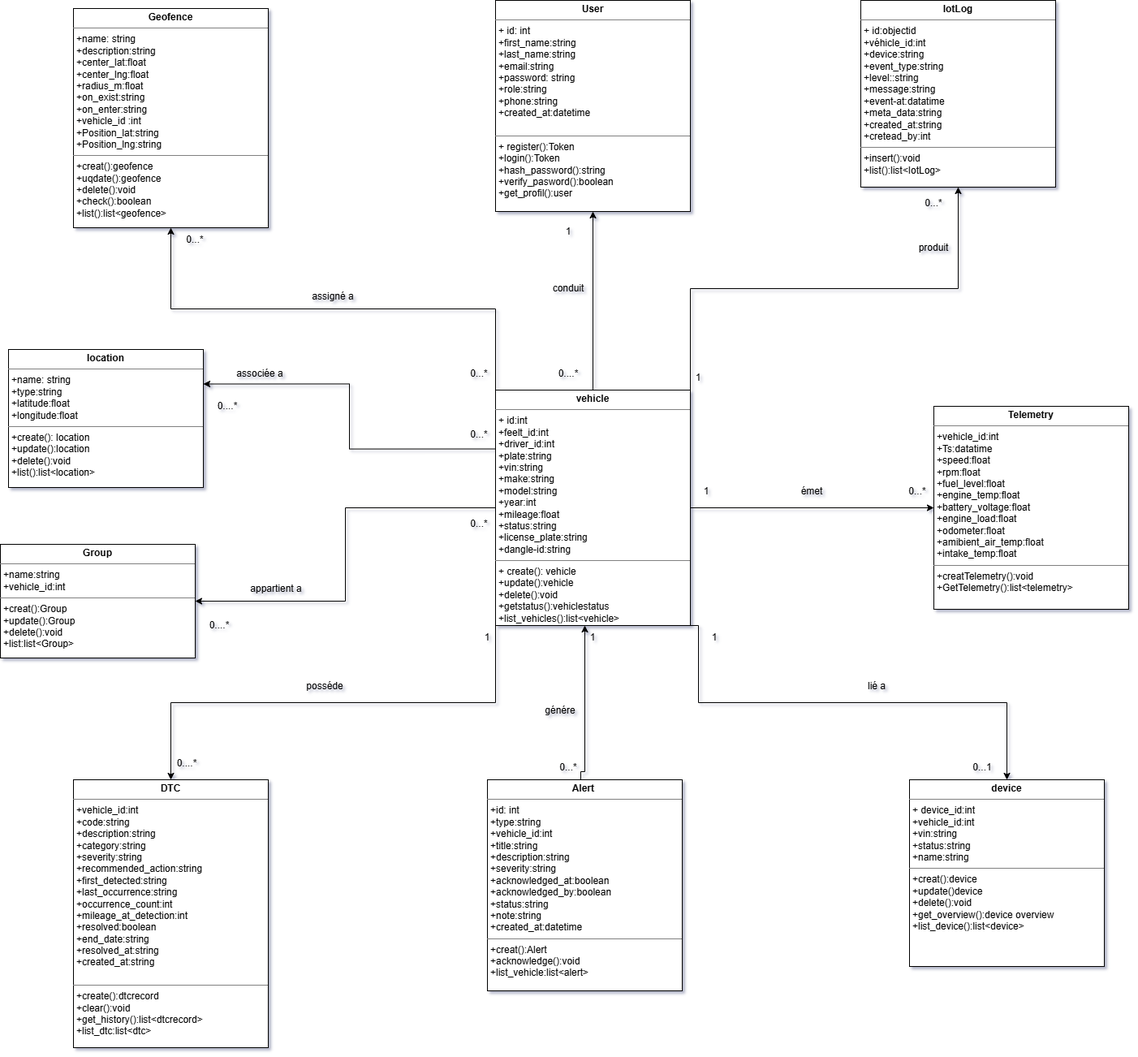
imenmallouli/deploy keeps this draw.io diagram as image/Diagramme classe.drawio.png. Above is the earlier version. Source tidied: cells renumbered, new cells last; positions are measured from the earlier drawing's top-left corner, leaving out a move shared by most shapes.
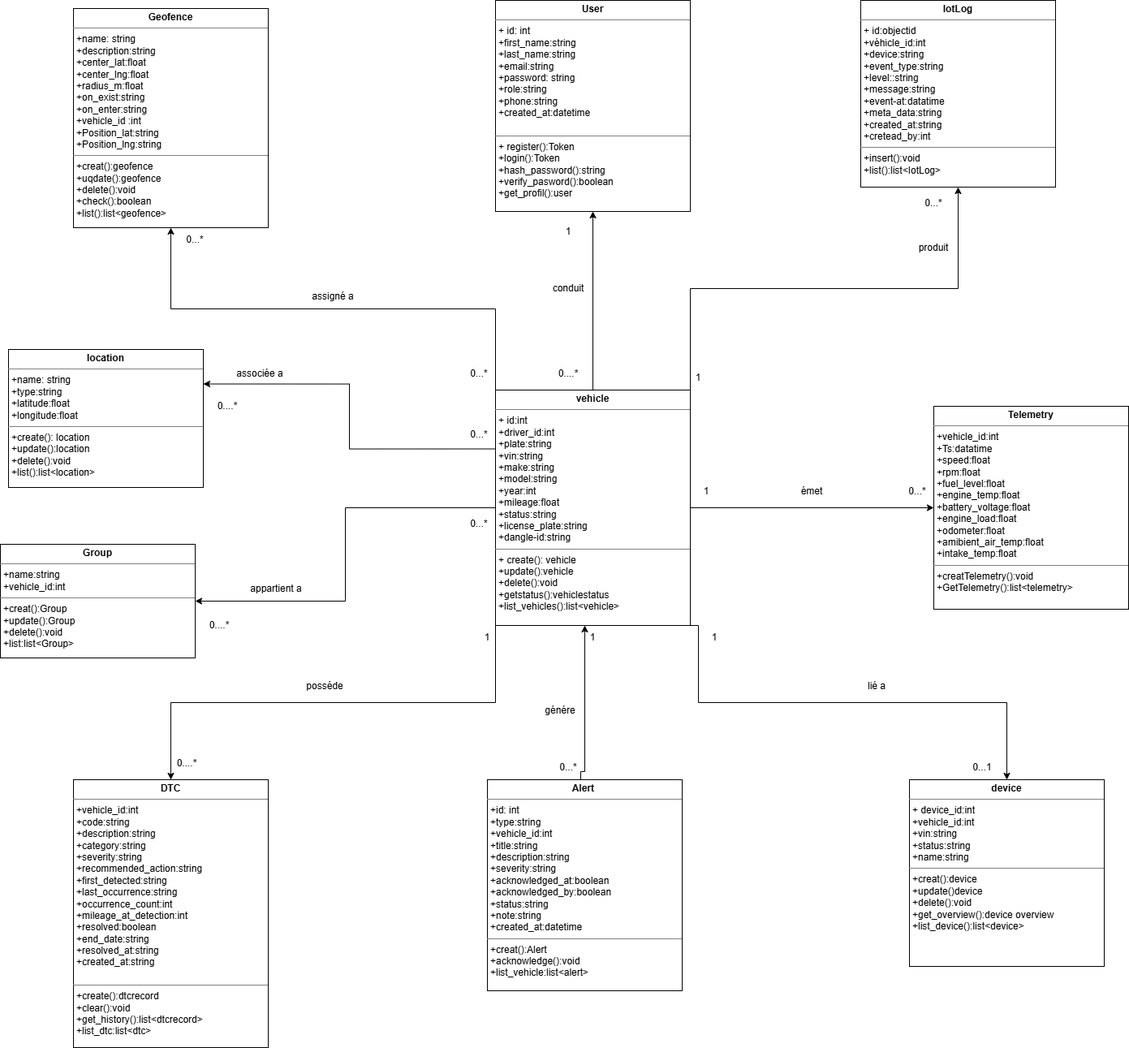
After the commit.

The edit, as a diff of the source:
```diff
@@ -39,7 +39,7 @@
     <mxCell id="10" style="edgeStyle=orthogonalEdgeStyle;rounded=0;jettySize=auto;html=1;exitX=0;exitY=1;exitDx=0;exitDy=0;entryX=0.5;entryY=0;entryDx=0;entryDy=0;" parent="1" edge="1" source="11" target="15">
       <mxGeometry relative="1" as="geometry" />
     </mxCell>
-    <mxCell id="11" value="&lt;p style=&quot;margin:0px;margin-top:4px;text-align:center;&quot;&gt;&lt;b&gt;vehicle&lt;/b&gt;&lt;/p&gt;&lt;hr size=&quot;1&quot; style=&quot;border-style:solid;&quot;&gt;&lt;p style=&quot;margin:0px;margin-left:4px;&quot;&gt;+ id:int&lt;/p&gt;&lt;p style=&quot;margin:0px;margin-left:4px;&quot;&gt;+feelt_id:int&lt;/p&gt;&lt;p style=&quot;margin:0px;margin-left:4px;&quot;&gt;+driver_id:int&lt;/p&gt;&lt;p style=&quot;margin:0px;margin-left:4px;&quot;&gt;+plate:string&lt;/p&gt;&lt;p style=&quot;margin:0px;margin-left:4px;&quot;&gt;+vin:string&lt;/p&gt;&lt;p style=&quot;margin:0px;margin-left:4px;&quot;&gt;+make:string&lt;/p&gt;&lt;p style=&quot;margin:0px;margin-left:4px;&quot;&gt;+model:string&lt;/p&gt;&lt;p style=&quot;margin:0px;margin-left:4px;&quot;&gt;+year:int&lt;/p&gt;&lt;p style=&quot;margin:0px;margin-left:4px;&quot;&gt;+mileage:float&lt;/p&gt;&lt;p style=&quot;margin:0px;margin-left:4px;&quot;&gt;+status:string&lt;/p&gt;&lt;p style=&quot;margin:0px;margin-left:4px;&quot;&gt;+license_plate:string&lt;/p&gt;&lt;p style=&quot;margin:0px;margin-left:4px;&quot;&gt;+dangle-id:string&lt;/p&gt;&lt;hr size=&quot;1&quot; style=&quot;border-style:solid;&quot;&gt;&lt;p style=&quot;margin:0px;margin-left:4px;&quot;&gt;+ create(): vehicle&lt;/p&gt;&lt;p style=&quot;margin:0px;margin-left:4px;&quot;&gt;+update():vehicle&lt;/p&gt;&lt;p style=&quot;margin:0px;margin-left:4px;&quot;&gt;+delete():void&lt;/p&gt;&lt;p style=&quot;margin:0px;margin-left:4px;&quot;&gt;+getstatus():vehiclestatus&lt;/p&gt;&lt;p style=&quot;margin:0px;margin-left:4px;&quot;&gt;+list_vehicles():list&amp;lt;vehicle&amp;gt;&lt;/p&gt;" style="verticalAlign=top;align=left;overflow=fill;html=1;whiteSpace=wrap;" parent="1" vertex="1">
+    <mxCell id="11" value="&lt;p style=&quot;margin:0px;margin-top:4px;text-align:center;&quot;&gt;&lt;b&gt;vehicle&lt;/b&gt;&lt;/p&gt;&lt;hr size=&quot;1&quot; style=&quot;border-style:solid;&quot;&gt;&lt;p style=&quot;margin:0px;margin-left:4px;&quot;&gt;+ id:int&lt;/p&gt;&lt;p style=&quot;margin:0px;margin-left:4px;&quot;&gt;+driver_id:int&lt;/p&gt;&lt;p style=&quot;margin:0px;margin-left:4px;&quot;&gt;+plate:string&lt;/p&gt;&lt;p style=&quot;margin:0px;margin-left:4px;&quot;&gt;+vin:string&lt;/p&gt;&lt;p style=&quot;margin:0px;margin-left:4px;&quot;&gt;+make:string&lt;/p&gt;&lt;p style=&quot;margin:0px;margin-left:4px;&quot;&gt;+model:string&lt;/p&gt;&lt;p style=&quot;margin:0px;margin-left:4px;&quot;&gt;+year:int&lt;/p&gt;&lt;p style=&quot;margin:0px;margin-left:4px;&quot;&gt;+mileage:float&lt;/p&gt;&lt;p style=&quot;margin:0px;margin-left:4px;&quot;&gt;+status:string&lt;/p&gt;&lt;p style=&quot;margin:0px;margin-left:4px;&quot;&gt;+license_plate:string&lt;/p&gt;&lt;p style=&quot;margin:0px;margin-left:4px;&quot;&gt;+dangle-id:string&lt;/p&gt;&lt;hr size=&quot;1&quot; style=&quot;border-style:solid;&quot;&gt;&lt;p style=&quot;margin:0px;margin-left:4px;&quot;&gt;+ create(): vehicle&lt;/p&gt;&lt;p style=&quot;margin:0px;margin-left:4px;&quot;&gt;+update():vehicle&lt;/p&gt;&lt;p style=&quot;margin:0px;margin-left:4px;&quot;&gt;+delete():void&lt;/p&gt;&lt;p style=&quot;margin:0px;margin-left:4px;&quot;&gt;+getstatus():vehiclestatus&lt;/p&gt;&lt;p style=&quot;margin:0px;margin-left:4px;&quot;&gt;+list_vehicles():list&amp;lt;vehicle&amp;gt;&lt;/p&gt;" style="verticalAlign=top;align=left;overflow=fill;html=1;whiteSpace=wrap;" parent="1" vertex="1">
       <mxGeometry x="610" y="480" width="240" height="290" as="geometry" />
     </mxCell>
     <mxCell id="12" value="&lt;p style=&quot;margin:0px;margin-top:4px;text-align:center;&quot;&gt;&lt;b&gt;location&lt;/b&gt;&lt;/p&gt;&lt;hr size=&quot;1&quot; style=&quot;border-style:solid;&quot;&gt;&lt;p style=&quot;margin:0px;margin-left:4px;&quot;&gt;+name: string&lt;/p&gt;&lt;p style=&quot;margin:0px;margin-left:4px;&quot;&gt;+type:string&lt;/p&gt;&lt;p style=&quot;margin:0px;margin-left:4px;&quot;&gt;+latitude:float&lt;/p&gt;&lt;p style=&quot;margin:0px;margin-left:4px;&quot;&gt;+longitude:float&lt;/p&gt;&lt;hr size=&quot;1&quot; style=&quot;border-style:solid;&quot;&gt;&lt;p style=&quot;margin:0px;margin-left:4px;&quot;&gt;+create(): location&lt;/p&gt;&lt;p style=&quot;margin:0px;margin-left:4px;&quot;&gt;+update():location&lt;/p&gt;&lt;p style=&quot;margin:0px;margin-left:4px;&quot;&gt;+delete():void&lt;/p&gt;&lt;p style=&quot;margin:0px;margin-left:4px;&quot;&gt;+list():list&amp;lt;location&amp;gt;&lt;/p&gt;" style="verticalAlign=top;align=left;overflow=fill;html=1;whiteSpace=wrap;" parent="1" vertex="1">
```
